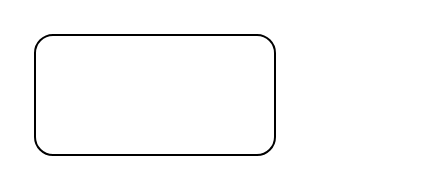
LeonidNelepov/drawio keeps this draw.io diagram as Untitled Diagram.drawio. Above is the earlier version. Source tidied: cells renumbered, new cells numbered last; positions are measured from the earlier drawing's top-left corner, leaving out a move shared by most shapes. Both pictures are drawn from the tidied source at 200%, with x=0, y=0 at pixel (34, 34).
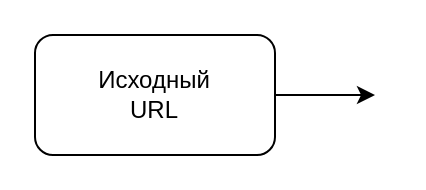
The same page after the edit.

Change to the diagram source:
```diff
@@
 <mxGraphModel>
   <root>
     <mxCell id="0" />
     <mxCell id="1" parent="0" />
+    <mxCell id="3" style="edgeStyle=orthogonalEdgeStyle;rounded=0;jettySize=auto;html=1;" parent="1" edge="1" source="2">
+      <mxGeometry relative="1" as="geometry">
+        <mxPoint x="170" y="30" as="targetPoint" />
+      </mxGeometry>
+    </mxCell>
-    <mxCell id="2" style="rounded=1;whiteSpace=wrap;html=1;" parent="1" vertex="1">
+    <mxCell id="2" value="Исходный&lt;br&gt;URL&lt;br&gt;" style="rounded=1;whiteSpace=wrap;html=1;" parent="1" vertex="1">
       <mxGeometry width="120" height="60" as="geometry" />
     </mxCell>
   </root>
 </mxGraphModel>
```
